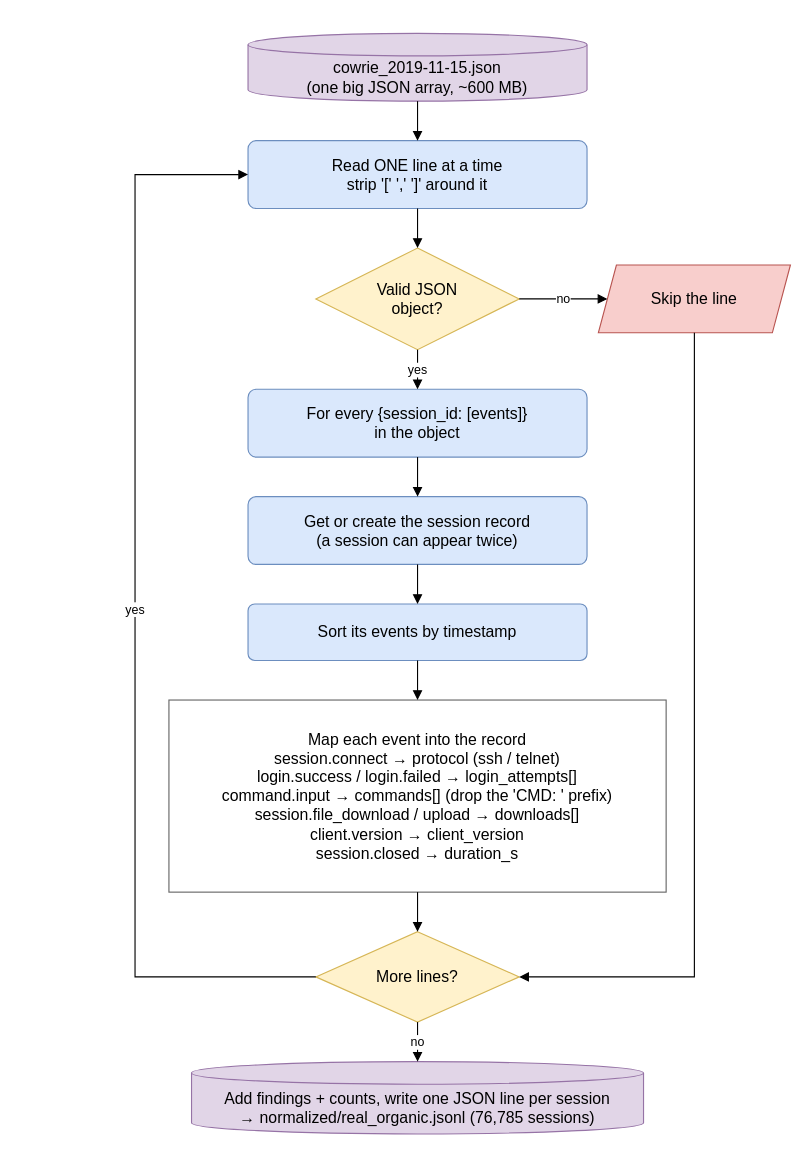
Earlier version of the draw.io diagram report/diagrams/d05_cyberlab_parser_flowchart.drawio (parthkansal823/Honeypot_RedTeaming-paper). Source tidied: cells renumbered, new cells numbered last; positions are measured from the earlier drawing's top-left corner, leaving out a move shared by most shapes. Both pictures are drawn from the tidied source at 113%, with x=0, y=0 at pixel (134, 33).
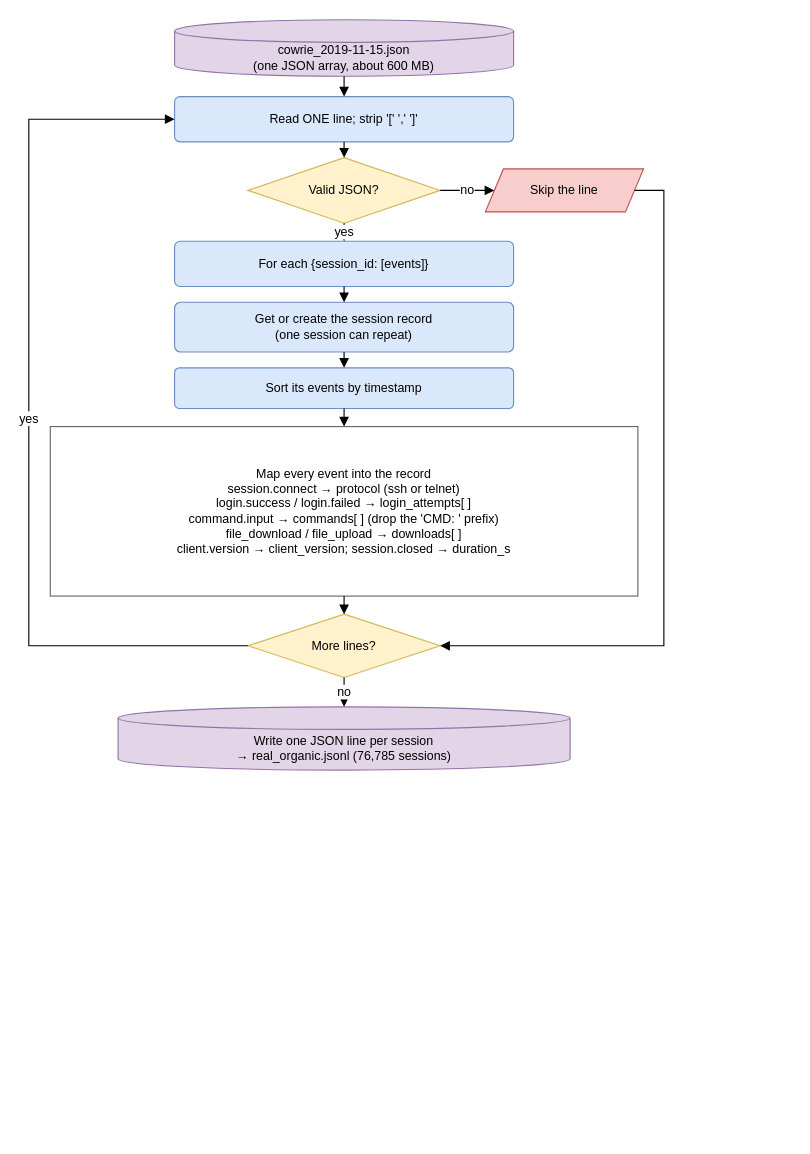
After the change.

Change to the diagram source:
```diff
@@
-    <mxCell id="2" value="cowrie_2019-11-15.json&lt;br&gt;(one big JSON array, ~600 MB)" style="shape=cylinder3;boundedLbl=1;backgroundOutline=1;size=10;whiteSpace=wrap;html=1;fillColor=#E1D5E7;strokeColor=#9673A6;fontFamily=Arial;fontSize=14;" parent="1" vertex="1">
-      <mxGeometry x="100" width="300" height="60" as="geometry" />
+    <mxCell id="2" value="cowrie_2019-11-15.json&lt;br&gt;(one JSON array, about 600 MB)" style="shape=cylinder3;boundedLbl=1;backgroundOutline=1;size=10;whiteSpace=wrap;html=1;fillColor=#E1D5E7;strokeColor=#9673A6;fontFamily=Arial;fontSize=11;" parent="1" vertex="1">
+      <mxGeometry x="35" y="-12" width="300" height="50" as="geometry" />
     </mxCell>
-    <mxCell id="3" value="Read ONE line at a time&lt;br&gt;strip &amp;#x27;[&amp;#x27; &amp;#x27;,&amp;#x27; &amp;#x27;]&amp;#x27; around it" style="rounded=1;arcSize=12;whiteSpace=wrap;html=1;fillColor=#DAE8FC;strokeColor=#6C8EBF;fontFamily=Arial;fontSize=14;" parent="1" vertex="1">
-      <mxGeometry x="100" y="95" width="300" height="60" as="geometry" />
+    <mxCell id="3" value="Read ONE line; strip &amp;#x27;[&amp;#x27; &amp;#x27;,&amp;#x27; &amp;#x27;]&amp;#x27;" style="rounded=1;arcSize=12;whiteSpace=wrap;html=1;fillColor=#DAE8FC;strokeColor=#6C8EBF;fontFamily=Arial;fontSize=11;" parent="1" vertex="1">
+      <mxGeometry x="35" y="56" width="300" height="40" as="geometry" />
     </mxCell>
-    <mxCell id="4" value="Valid JSON&lt;br&gt;object?" style="rhombus;whiteSpace=wrap;html=1;fillColor=#FFF2CC;strokeColor=#D6B656;fontFamily=Arial;fontSize=14;" parent="1" vertex="1">
-      <mxGeometry x="160" y="190" width="180" height="90" as="geometry" />
+    <mxCell id="4" value="Valid JSON?" style="rhombus;whiteSpace=wrap;html=1;fillColor=#FFF2CC;strokeColor=#D6B656;fontFamily=Arial;fontSize=11;" parent="1" vertex="1">
+      <mxGeometry x="100" y="110" width="170" height="58" as="geometry" />
     </mxCell>
-    <mxCell id="5" value="Skip the line" style="shape=parallelogram;perimeter=parallelogramPerimeter;fixedSize=1;size=16;whiteSpace=wrap;html=1;fillColor=#F8CECC;strokeColor=#B85450;fontFamily=Arial;fontSize=14;" parent="1" vertex="1">
-      <mxGeometry x="410" y="205" width="170" height="60" as="geometry" />
+    <mxCell id="5" value="Skip the line" style="shape=parallelogram;perimeter=parallelogramPerimeter;fixedSize=1;size=16;whiteSpace=wrap;html=1;fillColor=#F8CECC;strokeColor=#B85450;fontFamily=Arial;fontSize=11;" parent="1" vertex="1">
+      <mxGeometry x="310" y="120" width="140" height="38" as="geometry" />
     </mxCell>
-    <mxCell id="6" value="For every {session_id: [events]}&lt;br&gt;in the object" style="rounded=1;arcSize=12;whiteSpace=wrap;html=1;fillColor=#DAE8FC;strokeColor=#6C8EBF;fontFamily=Arial;fontSize=14;" parent="1" vertex="1">
-      <mxGeometry x="100" y="315" width="300" height="60" as="geometry" />
+    <mxCell id="6" value="For each {session_id: [events]}" style="rounded=1;arcSize=12;whiteSpace=wrap;html=1;fillColor=#DAE8FC;strokeColor=#6C8EBF;fontFamily=Arial;fontSize=11;" parent="1" vertex="1">
+      <mxGeometry x="35" y="184" width="300" height="40" as="geometry" />
     </mxCell>
-    <mxCell id="7" value="Get or create the session record&lt;br&gt;(a session can appear twice)" style="rounded=1;arcSize=12;whiteSpace=wrap;html=1;fillColor=#DAE8FC;strokeColor=#6C8EBF;fontFamily=Arial;fontSize=14;" parent="1" vertex="1">
-      <mxGeometry x="100" y="410" width="300" height="60" as="geometry" />
+    <mxCell id="7" value="Get or create the session record&lt;br&gt;(one session can repeat)" style="rounded=1;arcSize=12;whiteSpace=wrap;html=1;fillColor=#DAE8FC;strokeColor=#6C8EBF;fontFamily=Arial;fontSize=11;" parent="1" vertex="1">
+      <mxGeometry x="35" y="238" width="300" height="44" as="geometry" />
     </mxCell>
-    <mxCell id="8" value="Sort its events by timestamp" style="rounded=1;arcSize=12;whiteSpace=wrap;html=1;fillColor=#DAE8FC;strokeColor=#6C8EBF;fontFamily=Arial;fontSize=14;" parent="1" vertex="1">
-      <mxGeometry x="100" y="505" width="300" height="50" as="geometry" />
+    <mxCell id="8" value="Sort its events by timestamp" style="rounded=1;arcSize=12;whiteSpace=wrap;html=1;fillColor=#DAE8FC;strokeColor=#6C8EBF;fontFamily=Arial;fontSize=11;" parent="1" vertex="1">
+      <mxGeometry x="35" y="296" width="300" height="36" as="geometry" />
     </mxCell>
-    <mxCell id="9" value="Map each event into the record&lt;br&gt;session.connect → protocol (ssh / telnet)&lt;br&gt;login.success / login.failed → login_attempts[]&lt;br&gt;command.input → commands[] (drop the &amp;#x27;CMD: &amp;#x27; prefix)&lt;br&gt;session.file_download / upload → downloads[]&lt;br&gt;client.version → client_version&lt;br&gt;session.closed → duration_s" style="rounded=0;whiteSpace=wrap;html=1;fillColor=#FFFFFF;strokeColor=#666666;fontFamily=Arial;fontSize=14;" parent="1" vertex="1">
-      <mxGeometry x="30" y="590" width="440" height="170" as="geometry" />
+    <mxCell id="9" value="Map every event into the record&lt;br&gt;session.connect → protocol (ssh or telnet)&lt;br&gt;login.success / login.failed → login_attempts[ ]&lt;br&gt;command.input → commands[ ] (drop the &amp;#x27;CMD: &amp;#x27; prefix)&lt;br&gt;file_download / file_upload → downloads[ ]&lt;br&gt;client.version → client_version;  session.closed → duration_s" style="rounded=0;whiteSpace=wrap;html=1;fillColor=#FFFFFF;strokeColor=#666666;fontFamily=Arial;fontSize=11;" parent="1" vertex="1">
+      <mxGeometry x="-75" y="348" width="520" height="150" as="geometry" />
     </mxCell>
-    <mxCell id="10" value="More lines?" style="rhombus;whiteSpace=wrap;html=1;fillColor=#FFF2CC;strokeColor=#D6B656;fontFamily=Arial;fontSize=14;" parent="1" vertex="1">
-      <mxGeometry x="160" y="795" width="180" height="80" as="geometry" />
+    <mxCell id="10" value="More lines?" style="rhombus;whiteSpace=wrap;html=1;fillColor=#FFF2CC;strokeColor=#D6B656;fontFamily=Arial;fontSize=11;" parent="1" vertex="1">
+      <mxGeometry x="100" y="514" width="170" height="56" as="geometry" />
     </mxCell>
-    <mxCell id="11" value="Add findings + counts, write one JSON line per session&lt;br&gt;→ normalized/real_organic.jsonl (76,785 sessions)" style="shape=cylinder3;boundedLbl=1;backgroundOutline=1;size=10;whiteSpace=wrap;html=1;fillColor=#E1D5E7;strokeColor=#9673A6;fontFamily=Arial;fontSize=14;" parent="1" vertex="1">
-      <mxGeometry x="50" y="910" width="400" height="64" as="geometry" />
+    <mxCell id="11" value="Write one JSON line per session&lt;br&gt;→ real_organic.jsonl (76,785 sessions)" style="shape=cylinder3;boundedLbl=1;backgroundOutline=1;size=10;whiteSpace=wrap;html=1;fillColor=#E1D5E7;strokeColor=#9673A6;fontFamily=Arial;fontSize=11;" parent="1" vertex="1">
+      <mxGeometry x="-15" y="596" width="400" height="56" as="geometry" />
     </mxCell>
@@
-    <mxCell id="15" style="edgeStyle=orthogonalEdgeStyle;rounded=0;html=1;endArrow=block;endFill=1;exitX=0.5;exitY=1;exitDx=0;exitDy=0;entryX=1;entryY=0.5;entryDx=0;entryDy=0;fontFamily=Arial;fontSize=11;labelBackgroundColor=#FFFFFF;" parent="1" edge="1" source="5" target="10">
+    <mxCell id="15" style="edgeStyle=orthogonalEdgeStyle;rounded=0;html=1;endArrow=block;endFill=1;exitX=1;exitY=0.5;exitDx=0;exitDy=0;entryX=1;entryY=0.5;entryDx=0;entryDy=0;fontFamily=Arial;fontSize=11;labelBackgroundColor=#FFFFFF;" parent="1" edge="1" source="5" target="10">
       <mxGeometry relative="1" as="geometry">
         <Array as="points">
-          <mxPoint x="495" y="835" />
+          <mxPoint x="468" y="139" />
+          <mxPoint x="468" y="542" />
         </Array>
       </mxGeometry>
     </mxCell>
@@
     <mxCell id="21" value="yes" style="edgeStyle=orthogonalEdgeStyle;rounded=0;html=1;endArrow=block;endFill=1;exitX=0;exitY=0.5;exitDx=0;exitDy=0;entryX=0;entryY=0.5;entryDx=0;entryDy=0;fontFamily=Arial;fontSize=11;labelBackgroundColor=#FFFFFF;" parent="1" edge="1" source="10" target="3">
       <mxGeometry relative="1" as="geometry">
         <Array as="points">
-          <mxPoint y="835" />
-          <mxPoint y="125" />
+          <mxPoint x="-94" y="542" />
+          <mxPoint x="-94" y="76" />
         </Array>
       </mxGeometry>
     </mxCell>
```
